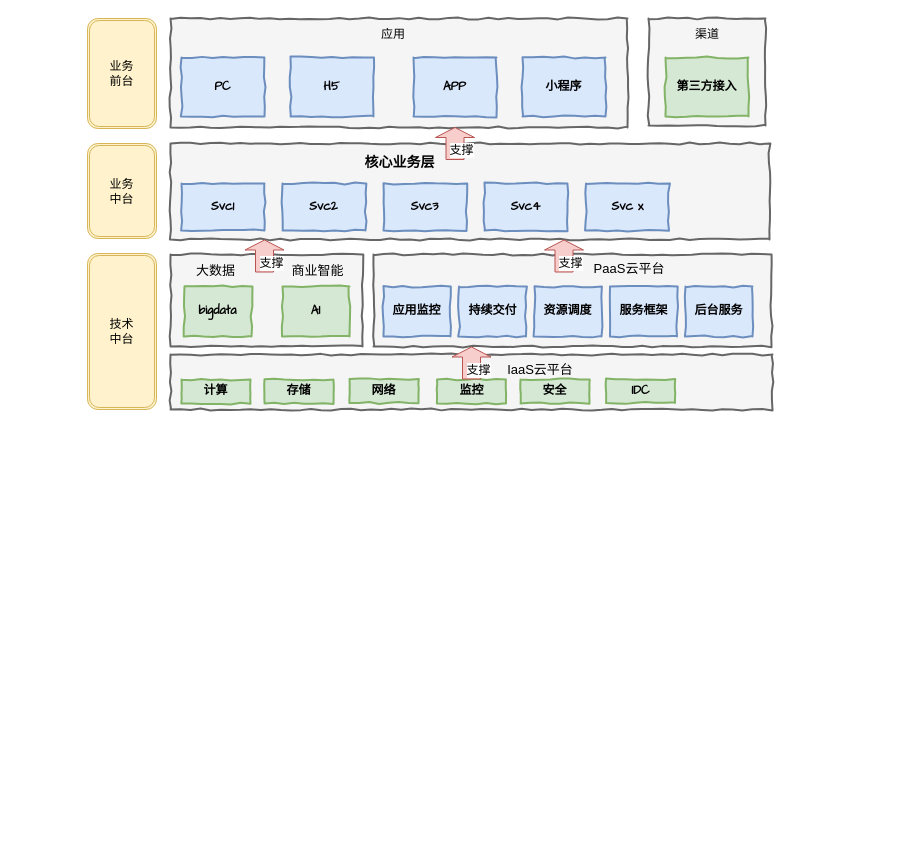
The draw.io diagram 微服务.drawio in chenyz/EGOTableViewPullRefresh, before the edit. Source tidied: cells renumbered, new cells numbered last; positions are measured from the earlier drawing's top-left corner, leaving out a move shared by most shapes. Both pictures are drawn from the tidied source at 100%, with x=0, y=0 at pixel (87, 18).
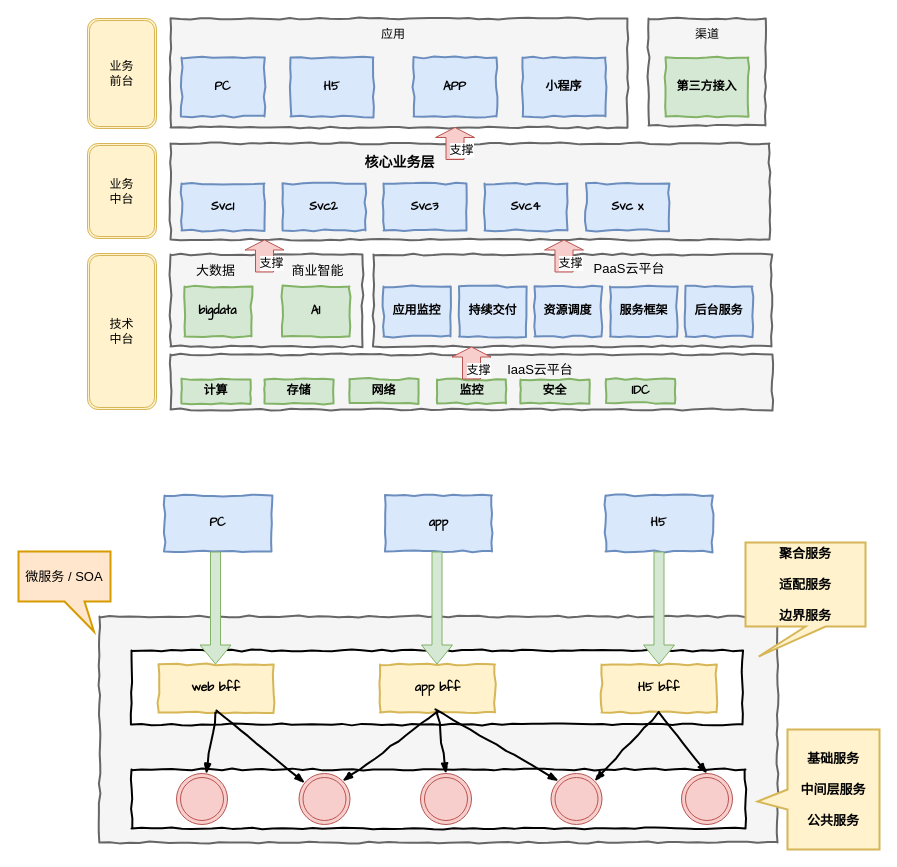
The same page after the edit.

Commit message (it also covers changes not shown here):
更新微服务.drawio

Diff of the diagram source:
```diff
@@
+    <mxCell id="49" style="html=1;whiteSpace=wrap;comic=1;strokeWidth=2;fontFamily=Comic Sans MS;fontStyle=1;fillColor=#f5f5f5;strokeColor=#666666;fontColor=#333333;" parent="1" vertex="1">
+      <mxGeometry x="12" y="598" width="678" height="226" as="geometry" />
+    </mxCell>
+    <mxCell id="50" style="html=1;whiteSpace=wrap;comic=1;strokeWidth=2;fontFamily=Comic Sans MS;fontStyle=1;" parent="1" vertex="1">
+      <mxGeometry x="44" y="632" width="611" height="74" as="geometry" />
+    </mxCell>
+    <mxCell id="51" value="web bff" style="html=1;whiteSpace=wrap;comic=1;strokeWidth=2;fontFamily=Comic Sans MS;fontStyle=1;fillColor=#fff2cc;strokeColor=#d6b656;" parent="1" vertex="1">
+      <mxGeometry x="71" y="646" width="115" height="48" as="geometry" />
+    </mxCell>
+    <mxCell id="52" value="app bff" style="html=1;whiteSpace=wrap;comic=1;strokeWidth=2;fontFamily=Comic Sans MS;fontStyle=1;fillColor=#fff2cc;strokeColor=#d6b656;" parent="1" vertex="1">
+      <mxGeometry x="292.5" y="646" width="115" height="48" as="geometry" />
+    </mxCell>
+    <mxCell id="53" value="H5 bff" style="html=1;whiteSpace=wrap;comic=1;strokeWidth=2;fontFamily=Comic Sans MS;fontStyle=1;fillColor=#fff2cc;strokeColor=#d6b656;" parent="1" vertex="1">
+      <mxGeometry x="514" y="646" width="115" height="48" as="geometry" />
+    </mxCell>
+    <mxCell id="54" value="PC" style="html=1;whiteSpace=wrap;comic=1;strokeWidth=2;fontFamily=Comic Sans MS;fontStyle=1;fillColor=#dae8fc;strokeColor=#6c8ebf;" parent="1" vertex="1">
+      <mxGeometry x="77" y="477" width="107" height="56" as="geometry" />
+    </mxCell>
+    <mxCell id="55" value="app" style="html=1;whiteSpace=wrap;comic=1;strokeWidth=2;fontFamily=Comic Sans MS;fontStyle=1;fillColor=#dae8fc;strokeColor=#6c8ebf;" parent="1" vertex="1">
+      <mxGeometry x="297.5" y="477" width="107" height="56" as="geometry" />
+    </mxCell>
+    <mxCell id="56" value="H5" style="html=1;whiteSpace=wrap;comic=1;strokeWidth=2;fontFamily=Comic Sans MS;fontStyle=1;fillColor=#dae8fc;strokeColor=#6c8ebf;" parent="1" vertex="1">
+      <mxGeometry x="518" y="477" width="107" height="56" as="geometry" />
+    </mxCell>
+    <mxCell id="57" style="shape=flexArrow;endArrow=classic;html=1;fontSize=13;entryX=0.5;entryY=0;entryDx=0;entryDy=0;fillColor=#d5e8d4;strokeColor=#82b366;" parent="1" edge="1">
+      <mxGeometry relative="1" as="geometry">
+        <mxPoint x="128" y="533" as="sourcePoint" />
+        <mxPoint x="128" y="646" as="targetPoint" />
+      </mxGeometry>
+    </mxCell>
+    <mxCell id="58" style="shape=flexArrow;endArrow=classic;html=1;fontSize=13;entryX=0.5;entryY=0;entryDx=0;entryDy=0;fillColor=#d5e8d4;strokeColor=#82b366;" parent="1" edge="1">
+      <mxGeometry relative="1" as="geometry">
+        <mxPoint x="349.5" y="533" as="sourcePoint" />
+        <mxPoint x="349.5" y="646" as="targetPoint" />
+      </mxGeometry>
+    </mxCell>
+    <mxCell id="59" style="shape=flexArrow;endArrow=classic;html=1;fontSize=13;entryX=0.5;entryY=0;entryDx=0;entryDy=0;fillColor=#d5e8d4;strokeColor=#82b366;" parent="1" edge="1">
+      <mxGeometry relative="1" as="geometry">
+        <mxPoint x="571.5" y="533" as="sourcePoint" />
+        <mxPoint x="571.5" y="646" as="targetPoint" />
+      </mxGeometry>
+    </mxCell>
+    <mxCell id="60" style="html=1;whiteSpace=wrap;comic=1;strokeWidth=2;fontFamily=Comic Sans MS;fontStyle=1;" parent="1" vertex="1">
+      <mxGeometry x="44" y="751" width="614" height="59" as="geometry" />
+    </mxCell>
+    <mxCell id="61" style="ellipse;shape=doubleEllipse;whiteSpace=wrap;html=1;fontSize=13;fillColor=#f8cecc;strokeColor=#b85450;" parent="1" vertex="1">
+      <mxGeometry x="89" y="755" width="51" height="51" as="geometry" />
+    </mxCell>
+    <mxCell id="62" style="ellipse;shape=doubleEllipse;whiteSpace=wrap;html=1;fontSize=13;fillColor=#f8cecc;strokeColor=#b85450;" parent="1" vertex="1">
+      <mxGeometry x="211.5" y="755" width="51" height="51" as="geometry" />
+    </mxCell>
+    <mxCell id="63" style="ellipse;shape=doubleEllipse;whiteSpace=wrap;html=1;fontSize=13;fillColor=#f8cecc;strokeColor=#b85450;" parent="1" vertex="1">
+      <mxGeometry x="333" y="755" width="51" height="51" as="geometry" />
+    </mxCell>
+    <mxCell id="64" style="ellipse;shape=doubleEllipse;whiteSpace=wrap;html=1;fontSize=13;fillColor=#f8cecc;strokeColor=#b85450;" parent="1" vertex="1">
+      <mxGeometry x="463.5" y="755" width="51" height="51" as="geometry" />
+    </mxCell>
+    <mxCell id="65" style="ellipse;shape=doubleEllipse;whiteSpace=wrap;html=1;fontSize=13;fillColor=#f8cecc;strokeColor=#b85450;" parent="1" vertex="1">
+      <mxGeometry x="594" y="755" width="51" height="51" as="geometry" />
+    </mxCell>
+    <mxCell id="66" style="rounded=0;comic=1;strokeWidth=2;endArrow=blockThin;html=1;fontFamily=Comic Sans MS;fontStyle=1;exitX=0.5;exitY=1;exitDx=0;exitDy=0;" parent="1" edge="1" source="51" target="61">
+      <mxGeometry relative="1" as="geometry" />
+    </mxCell>
+    <mxCell id="67" style="rounded=0;comic=1;strokeWidth=2;endArrow=blockThin;html=1;fontFamily=Comic Sans MS;fontStyle=1;" parent="1" edge="1" target="62">
+      <mxGeometry relative="1" as="geometry">
+        <mxPoint x="129" y="692" as="sourcePoint" />
+      </mxGeometry>
+    </mxCell>
+    <mxCell id="68" style="rounded=0;comic=1;strokeWidth=2;endArrow=blockThin;html=1;fontFamily=Comic Sans MS;fontStyle=1;exitX=0.5;exitY=1;exitDx=0;exitDy=0;entryX=1;entryY=0;entryDx=0;entryDy=0;" parent="1" edge="1" source="52" target="62">
+      <mxGeometry relative="1" as="geometry" />
+    </mxCell>
+    <mxCell id="69" style="rounded=0;comic=1;strokeWidth=2;endArrow=blockThin;html=1;fontFamily=Comic Sans MS;fontStyle=1;entryX=0.5;entryY=0;entryDx=0;entryDy=0;exitX=0.5;exitY=1;exitDx=0;exitDy=0;" parent="1" edge="1" source="52" target="63">
+      <mxGeometry relative="1" as="geometry" />
+    </mxCell>
+    <mxCell id="70" style="rounded=0;comic=1;strokeWidth=2;endArrow=blockThin;html=1;fontFamily=Comic Sans MS;fontStyle=1;entryX=0;entryY=0;entryDx=0;entryDy=0;" parent="1" edge="1" target="64">
+      <mxGeometry relative="1" as="geometry">
+        <mxPoint x="348" y="691" as="sourcePoint" />
+      </mxGeometry>
+    </mxCell>
+    <mxCell id="71" style="rounded=0;comic=1;strokeWidth=2;endArrow=blockThin;html=1;fontFamily=Comic Sans MS;fontStyle=1;entryX=0.5;entryY=0;entryDx=0;entryDy=0;exitX=0.5;exitY=1;exitDx=0;exitDy=0;" parent="1" edge="1" source="53" target="65">
+      <mxGeometry relative="1" as="geometry" />
+    </mxCell>
+    <mxCell id="72" style="rounded=0;comic=1;strokeWidth=2;endArrow=blockThin;html=1;fontFamily=Comic Sans MS;fontStyle=1;entryX=1;entryY=0;entryDx=0;entryDy=0;exitX=0.5;exitY=1;exitDx=0;exitDy=0;" parent="1" edge="1" source="53" target="64">
+      <mxGeometry relative="1" as="geometry" />
+    </mxCell>
+    <mxCell id="73" value="微服务 / SOA" style="shape=callout;whiteSpace=wrap;html=1;perimeter=calloutPerimeter;fontSize=13;position2=0.82;fillColor=#ffe6cc;strokeColor=#d79b00;perimeterSpacing=1;strokeWidth=2;" parent="1" vertex="1">
+      <mxGeometry x="-69" y="533" width="92" height="80" as="geometry" />
+    </mxCell>
+    <mxCell id="74" value="&lt;b&gt;聚合服务&lt;br&gt;&lt;br&gt;适配服务&lt;br&gt;&lt;br&gt;边界服务&lt;/b&gt;&lt;br&gt;" style="shape=callout;whiteSpace=wrap;html=1;perimeter=calloutPerimeter;strokeWidth=2;fontSize=13;position2=0.11;fillColor=#fff2cc;strokeColor=#d6b656;" parent="1" vertex="1">
+      <mxGeometry x="658" y="524" width="120" height="114" as="geometry" />
+    </mxCell>
+    <mxCell id="75" value="&lt;b&gt;基础服务&lt;br&gt;&lt;br&gt;中间层服务&lt;br&gt;&lt;br&gt;公共服务&lt;/b&gt;&lt;br&gt;" style="shape=callout;whiteSpace=wrap;html=1;perimeter=calloutPerimeter;strokeWidth=2;fontSize=13;position2=0.6;direction=south;fillColor=#fff2cc;strokeColor=#d6b656;" parent="1" vertex="1">
+      <mxGeometry x="670" y="711" width="122" height="120" as="geometry" />
+    </mxCell>
```
